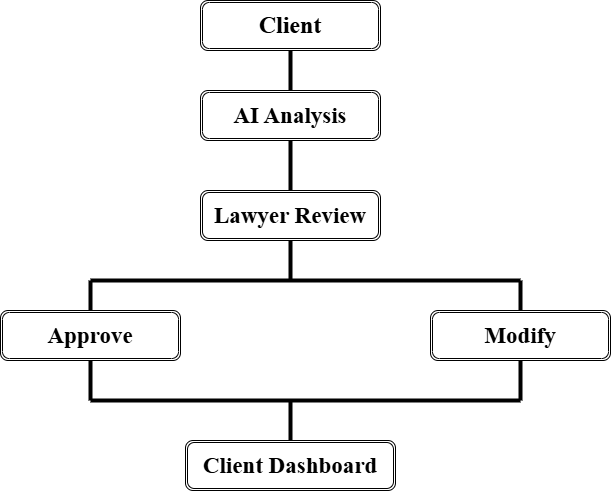
The draw.io diagram architecture/diagrams/04_HITL.png in Sumedha-t/ComplianceCopilotAI, before a commit. Source tidied: cells renumbered, new cells last; positions are measured from the earlier drawing's top-left corner, leaving out a move shared by most shapes. The source it was exported from:
```xml
<mxGraphModel background="#ffffff">
  <root>
    <mxCell id="0" />
    <mxCell id="1" parent="0" />
    <mxCell id="2" value="&lt;font face=&quot;Times New Roman&quot; style=&quot;font-size: 24px;&quot;&gt;&lt;b&gt;Client&lt;/b&gt;&lt;/font&gt;" style="shape=ext;double=1;rounded=1;whiteSpace=wrap;html=1;" parent="1" vertex="1">
      <mxGeometry x="200" width="180" height="50" as="geometry" />
    </mxCell>
    <mxCell id="3" value="&lt;font face=&quot;Times New Roman&quot; style=&quot;font-size: 23px;&quot;&gt;&lt;b&gt;AI Analysis&lt;/b&gt;&lt;/font&gt;" style="shape=ext;double=1;rounded=1;whiteSpace=wrap;html=1;" parent="1" vertex="1">
      <mxGeometry x="200" y="90" width="180" height="50" as="geometry" />
    </mxCell>
    <mxCell id="4" value="&lt;font face=&quot;Times New Roman&quot; style=&quot;font-size: 23px;&quot;&gt;&lt;b&gt;Lawyer Review&lt;/b&gt;&lt;/font&gt;" style="shape=ext;double=1;rounded=1;whiteSpace=wrap;html=1;" parent="1" vertex="1">
      <mxGeometry x="200" y="190" width="180" height="50" as="geometry" />
    </mxCell>
    <mxCell id="5" value="&lt;b&gt;&lt;font style=&quot;font-size: 23px;&quot; face=&quot;Times New Roman&quot;&gt;Approve&lt;/font&gt;&lt;/b&gt;" style="shape=ext;double=1;rounded=1;whiteSpace=wrap;html=1;" parent="1" vertex="1">
      <mxGeometry y="310" width="180" height="50" as="geometry" />
    </mxCell>
    <mxCell id="6" value="&lt;font style=&quot;font-size: 23px;&quot; face=&quot;Times New Roman&quot;&gt;&lt;b&gt;Modify&lt;/b&gt;&lt;/font&gt;" style="shape=ext;double=1;rounded=1;whiteSpace=wrap;html=1;" parent="1" vertex="1">
      <mxGeometry x="430" y="310" width="180" height="50" as="geometry" />
    </mxCell>
    <mxCell id="7" value="&lt;font face=&quot;Times New Roman&quot; style=&quot;font-size: 23px;&quot;&gt;&lt;b&gt;Client Dashboard&lt;/b&gt;&lt;/font&gt;" style="shape=ext;double=1;rounded=1;whiteSpace=wrap;html=1;" parent="1" vertex="1">
      <mxGeometry x="185" y="440" width="210" height="50" as="geometry" />
    </mxCell>
    <mxCell id="8" style="endArrow=none;html=1;strokeWidth=4;exitX=0.5;exitY=0;exitDx=0;exitDy=0;entryX=0.5;entryY=1;entryDx=0;entryDy=0;" parent="1" edge="1" source="3" target="2">
      <mxGeometry relative="1" as="geometry" />
    </mxCell>
    <mxCell id="9" style="endArrow=none;html=1;strokeWidth=4;exitX=0.5;exitY=0;exitDx=0;exitDy=0;entryX=0.5;entryY=1;entryDx=0;entryDy=0;" parent="1" edge="1" source="4" target="3">
      <mxGeometry relative="1" as="geometry" />
    </mxCell>
    <mxCell id="10" style="endArrow=none;html=1;strokeWidth=4;entryX=0.5;entryY=1;entryDx=0;entryDy=0;" parent="1" edge="1" target="4">
      <mxGeometry relative="1" as="geometry">
        <mxPoint x="290" y="280" as="sourcePoint" />
      </mxGeometry>
    </mxCell>
    <mxCell id="11" style="endArrow=none;html=1;strokeWidth=4;entryX=0.5;entryY=0;entryDx=0;entryDy=0;" parent="1" edge="1" target="5">
      <mxGeometry relative="1" as="geometry">
        <mxPoint x="90" y="280" as="sourcePoint" />
      </mxGeometry>
    </mxCell>
    <mxCell id="12" style="endArrow=none;html=1;strokeWidth=4;entryX=0.5;entryY=0;entryDx=0;entryDy=0;" parent="1" edge="1" target="6">
      <mxGeometry relative="1" as="geometry">
        <mxPoint x="520" y="280" as="sourcePoint" />
      </mxGeometry>
    </mxCell>
    <mxCell id="13" style="endArrow=none;html=1;strokeWidth=4;" parent="1" edge="1">
      <mxGeometry relative="1" as="geometry">
        <mxPoint x="520" y="280" as="sourcePoint" />
        <mxPoint x="90" y="280" as="targetPoint" />
      </mxGeometry>
    </mxCell>
    <mxCell id="14" style="endArrow=none;html=1;strokeWidth=4;" parent="1" edge="1">
      <mxGeometry relative="1" as="geometry">
        <mxPoint x="520" y="400" as="sourcePoint" />
        <mxPoint x="90" y="400" as="targetPoint" />
      </mxGeometry>
    </mxCell>
    <mxCell id="15" style="endArrow=none;html=1;strokeWidth=4;entryX=0.5;entryY=1;entryDx=0;entryDy=0;" parent="1" edge="1" target="5">
      <mxGeometry relative="1" as="geometry">
        <mxPoint x="90" y="400" as="sourcePoint" />
      </mxGeometry>
    </mxCell>
    <mxCell id="16" style="endArrow=none;html=1;strokeWidth=4;entryX=0.5;entryY=1;entryDx=0;entryDy=0;" parent="1" edge="1" target="6">
      <mxGeometry relative="1" as="geometry">
        <mxPoint x="520" y="400" as="sourcePoint" />
      </mxGeometry>
    </mxCell>
    <mxCell id="17" style="endArrow=none;html=1;strokeWidth=4;entryX=0.5;entryY=0;entryDx=0;entryDy=0;" parent="1" edge="1" target="7">
      <mxGeometry relative="1" as="geometry">
        <mxPoint x="290" y="400" as="sourcePoint" />
      </mxGeometry>
    </mxCell>
  </root>
</mxGraphModel>
```
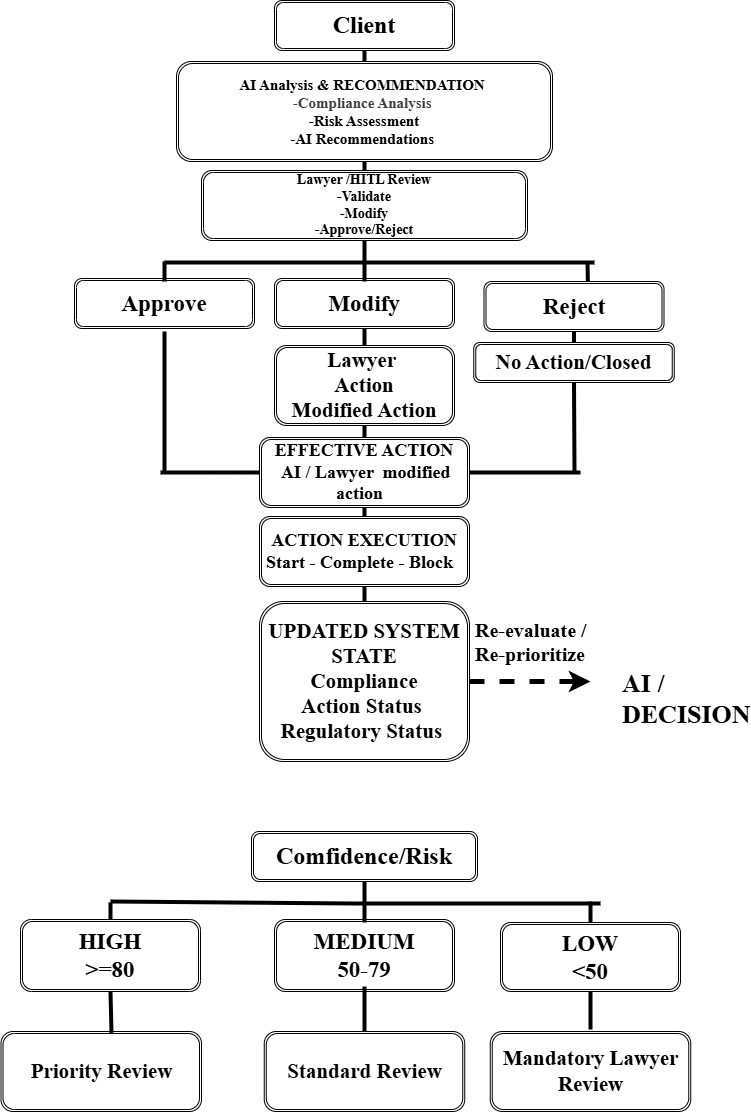
After the commit.

Commit message:
Update architecture and HITL workflows

What changed in the source:
```diff
@@ -3,70 +3,189 @@
     <mxCell id="0" />
     <mxCell id="1" parent="0" />
     <mxCell id="2" value="&lt;font face=&quot;Times New Roman&quot; style=&quot;font-size: 24px;&quot;&gt;&lt;b&gt;Client&lt;/b&gt;&lt;/font&gt;" style="shape=ext;double=1;rounded=1;whiteSpace=wrap;html=1;" parent="1" vertex="1">
-      <mxGeometry x="200" width="180" height="50" as="geometry" />
+      <mxGeometry x="174" y="-21" width="180" height="50" as="geometry" />
     </mxCell>
-    <mxCell id="3" value="&lt;font face=&quot;Times New Roman&quot; style=&quot;font-size: 23px;&quot;&gt;&lt;b&gt;AI Analysis&lt;/b&gt;&lt;/font&gt;" style="shape=ext;double=1;rounded=1;whiteSpace=wrap;html=1;" parent="1" vertex="1">
-      <mxGeometry x="200" y="90" width="180" height="50" as="geometry" />
+    <mxCell id="3" value="&lt;font style=&quot;font-size: 15px;&quot; face=&quot;Times New Roman&quot;&gt;&lt;b style=&quot;&quot;&gt;&lt;font style=&quot;&quot;&gt;AI Analysis&lt;/font&gt; &amp;amp; RECOMMENDATION&amp;nbsp;&lt;br&gt;&lt;/b&gt;&lt;/font&gt;&lt;b style=&quot;color: rgb(63, 63, 63); font-size: 15px; font-family: &amp;quot;Times New Roman&amp;quot;; background-color: transparent;&quot;&gt;-Compliance Analysis&amp;nbsp;&lt;/b&gt;&lt;font style=&quot;font-size: 15px;&quot; face=&quot;Times New Roman&quot;&gt;&lt;b style=&quot;&quot;&gt;&lt;br&gt;&amp;nbsp;-Risk Assessment&amp;nbsp;&lt;/b&gt;&lt;/font&gt;&lt;div&gt;&lt;font style=&quot;font-size: 15px;&quot; face=&quot;Times New Roman&quot;&gt;&lt;b style=&quot;&quot;&gt;-AI Recommendations&lt;font style=&quot;&quot;&gt;&amp;nbsp;&lt;/font&gt;&lt;/b&gt;&lt;/font&gt;&lt;/div&gt;" style="shape=ext;double=1;rounded=1;whiteSpace=wrap;html=1;" parent="1" vertex="1">
+      <mxGeometry x="76" y="40" width="376" height="100" as="geometry" />
     </mxCell>
-    <mxCell id="4" value="&lt;font face=&quot;Times New Roman&quot; style=&quot;font-size: 23px;&quot;&gt;&lt;b&gt;Lawyer Review&lt;/b&gt;&lt;/font&gt;" style="shape=ext;double=1;rounded=1;whiteSpace=wrap;html=1;" parent="1" vertex="1">
-      <mxGeometry x="200" y="190" width="180" height="50" as="geometry" />
+    <mxCell id="4" value="&lt;font face=&quot;Times New Roman&quot; style=&quot;font-size: 14px;&quot;&gt;&lt;b style=&quot;&quot;&gt;Lawyer /HITL Review&lt;br&gt;-Validate&lt;/b&gt;&lt;/font&gt;&lt;div&gt;&lt;font face=&quot;Times New Roman&quot; style=&quot;font-size: 14px;&quot;&gt;&lt;b style=&quot;&quot;&gt;-Modify&lt;/b&gt;&lt;/font&gt;&lt;/div&gt;&lt;div&gt;&lt;font face=&quot;Times New Roman&quot; style=&quot;font-size: 14px;&quot;&gt;&lt;b style=&quot;&quot;&gt;-Approve/Reject&lt;/b&gt;&lt;/font&gt;&lt;/div&gt;" style="shape=ext;double=1;rounded=1;whiteSpace=wrap;html=1;" parent="1" vertex="1">
+      <mxGeometry x="101" y="149" width="326" height="70" as="geometry" />
     </mxCell>
     <mxCell id="5" value="&lt;b&gt;&lt;font style=&quot;font-size: 23px;&quot; face=&quot;Times New Roman&quot;&gt;Approve&lt;/font&gt;&lt;/b&gt;" style="shape=ext;double=1;rounded=1;whiteSpace=wrap;html=1;" parent="1" vertex="1">
-      <mxGeometry y="310" width="180" height="50" as="geometry" />
+      <mxGeometry x="-26" y="257" width="180" height="50" as="geometry" />
     </mxCell>
     <mxCell id="6" value="&lt;font style=&quot;font-size: 23px;&quot; face=&quot;Times New Roman&quot;&gt;&lt;b&gt;Modify&lt;/b&gt;&lt;/font&gt;" style="shape=ext;double=1;rounded=1;whiteSpace=wrap;html=1;" parent="1" vertex="1">
-      <mxGeometry x="430" y="310" width="180" height="50" as="geometry" />
+      <mxGeometry x="174" y="257" width="180" height="50" as="geometry" />
     </mxCell>
-    <mxCell id="7" value="&lt;font face=&quot;Times New Roman&quot; style=&quot;font-size: 23px;&quot;&gt;&lt;b&gt;Client Dashboard&lt;/b&gt;&lt;/font&gt;" style="shape=ext;double=1;rounded=1;whiteSpace=wrap;html=1;" parent="1" vertex="1">
-      <mxGeometry x="185" y="440" width="210" height="50" as="geometry" />
-    </mxCell>
     <mxCell id="8" style="endArrow=none;html=1;strokeWidth=4;exitX=0.5;exitY=0;exitDx=0;exitDy=0;entryX=0.5;entryY=1;entryDx=0;entryDy=0;" parent="1" edge="1" source="3" target="2">
       <mxGeometry relative="1" as="geometry" />
     </mxCell>
     <mxCell id="9" style="endArrow=none;html=1;strokeWidth=4;exitX=0.5;exitY=0;exitDx=0;exitDy=0;entryX=0.5;entryY=1;entryDx=0;entryDy=0;" parent="1" edge="1" source="4" target="3">
       <mxGeometry relative="1" as="geometry" />
     </mxCell>
-    <mxCell id="10" style="endArrow=none;html=1;strokeWidth=4;entryX=0.5;entryY=1;entryDx=0;entryDy=0;" parent="1" edge="1" target="4">
-      <mxGeometry relative="1" as="geometry">
-        <mxPoint x="290" y="280" as="sourcePoint" />
-      </mxGeometry>
-    </mxCell>
-    <mxCell id="11" style="endArrow=none;html=1;strokeWidth=4;entryX=0.5;entryY=0;entryDx=0;entryDy=0;" parent="1" edge="1" target="5">
+    <mxCell id="11" style="endArrow=none;html=1;strokeWidth=4;entryX=0.5;entryY=0;entryDx=0;entryDy=0;" parent="1" edge="1">
       <mxGeometry relative="1" as="geometry">
-        <mxPoint x="90" y="280" as="sourcePoint" />
+        <mxPoint x="64" y="240" as="sourcePoint" />
+        <mxPoint x="64" y="260" as="targetPoint" />
       </mxGeometry>
     </mxCell>
     <mxCell id="12" style="endArrow=none;html=1;strokeWidth=4;entryX=0.5;entryY=0;entryDx=0;entryDy=0;" parent="1" edge="1" target="6">
       <mxGeometry relative="1" as="geometry">
-        <mxPoint x="520" y="280" as="sourcePoint" />
+        <mxPoint x="264" y="260" as="sourcePoint" />
       </mxGeometry>
     </mxCell>
     <mxCell id="13" style="endArrow=none;html=1;strokeWidth=4;" parent="1" edge="1">
       <mxGeometry relative="1" as="geometry">
-        <mxPoint x="520" y="280" as="sourcePoint" />
-        <mxPoint x="90" y="280" as="targetPoint" />
+        <mxPoint x="494" y="241" as="sourcePoint" />
+        <mxPoint x="64" y="241" as="targetPoint" />
+        <Array as="points">
+          <mxPoint x="264" y="241" />
+        </Array>
       </mxGeometry>
     </mxCell>
-    <mxCell id="14" style="endArrow=none;html=1;strokeWidth=4;" parent="1" edge="1">
+    <mxCell id="14" style="endArrow=none;html=1;strokeWidth=4;exitX=0;exitY=0.5;exitDx=0;exitDy=0;" parent="1" edge="1" source="7">
       <mxGeometry relative="1" as="geometry">
-        <mxPoint x="520" y="400" as="sourcePoint" />
-        <mxPoint x="90" y="400" as="targetPoint" />
+        <mxPoint x="60" y="451" as="targetPoint" />
       </mxGeometry>
     </mxCell>
-    <mxCell id="15" style="endArrow=none;html=1;strokeWidth=4;entryX=0.5;entryY=1;entryDx=0;entryDy=0;" parent="1" edge="1" target="5">
-      <mxGeometry relative="1" as="geometry">
-        <mxPoint x="90" y="400" as="sourcePoint" />
-      </mxGeometry>
-    </mxCell>
-    <mxCell id="16" style="endArrow=none;html=1;strokeWidth=4;entryX=0.5;entryY=1;entryDx=0;entryDy=0;" parent="1" edge="1" target="6">
-      <mxGeometry relative="1" as="geometry">
-        <mxPoint x="520" y="400" as="sourcePoint" />
-      </mxGeometry>
-    </mxCell>
     <mxCell id="17" style="endArrow=none;html=1;strokeWidth=4;entryX=0.5;entryY=0;entryDx=0;entryDy=0;" parent="1" edge="1" target="7">
       <mxGeometry relative="1" as="geometry">
-        <mxPoint x="290" y="400" as="sourcePoint" />
+        <mxPoint x="264" y="400" as="sourcePoint" />
       </mxGeometry>
     </mxCell>
+    <mxCell id="18" value="&lt;font style=&quot;font-size: 23px;&quot; face=&quot;Times New Roman&quot;&gt;&lt;b&gt;Reject&lt;/b&gt;&lt;/font&gt;" style="shape=ext;double=1;rounded=1;whiteSpace=wrap;html=1;" parent="1" vertex="1">
+      <mxGeometry x="383.5" y="260" width="180" height="50" as="geometry" />
+    </mxCell>
+    <mxCell id="19" style="endArrow=none;html=1;strokeWidth=4;exitX=0.577;exitY=0.005;exitDx=0;exitDy=0;exitPerimeter=0;" parent="1" edge="1" source="18">
+      <mxGeometry relative="1" as="geometry">
+        <mxPoint x="487" y="241" as="targetPoint" />
+      </mxGeometry>
+    </mxCell>
+    <mxCell id="20" value="&lt;font style=&quot;font-size: 21px;&quot; face=&quot;Times New Roman&quot;&gt;&lt;b style=&quot;&quot;&gt;Lawyer&amp;nbsp;&lt;/b&gt;&lt;/font&gt;&lt;div&gt;&lt;font style=&quot;font-size: 21px;&quot; face=&quot;Times New Roman&quot;&gt;&lt;b style=&quot;&quot;&gt;Action&lt;br&gt;Modified Action&lt;/b&gt;&lt;/font&gt;&lt;/div&gt;" style="shape=ext;double=1;rounded=1;whiteSpace=wrap;html=1;" parent="1" vertex="1">
+      <mxGeometry x="174" y="324" width="180" height="80" as="geometry" />
+    </mxCell>
+    <mxCell id="21" style="endArrow=none;html=1;strokeWidth=4;entryX=0.5;entryY=0;entryDx=0;entryDy=0;exitX=0.5;exitY=1;exitDx=0;exitDy=0;" parent="1" edge="1" source="6" target="20">
+      <mxGeometry relative="1" as="geometry" />
+    </mxCell>
+    <mxCell id="22" style="endArrow=none;html=1;strokeWidth=4;exitX=0.5;exitY=1;exitDx=0;exitDy=0;" parent="1" edge="1" source="4">
+      <mxGeometry relative="1" as="geometry">
+        <mxPoint x="264" y="260" as="targetPoint" />
+      </mxGeometry>
+    </mxCell>
+    <mxCell id="23" value="&lt;font face=&quot;Times New Roman&quot;&gt;&lt;span style=&quot;font-size: 21px;&quot;&gt;&lt;b&gt;No Action/Closed&lt;/b&gt;&lt;/span&gt;&lt;/font&gt;" style="shape=ext;double=1;rounded=1;whiteSpace=wrap;html=1;" parent="1" vertex="1">
+      <mxGeometry x="373.2" y="321" width="200.5" height="40" as="geometry" />
+    </mxCell>
+    <mxCell id="24" style="endArrow=none;html=1;strokeWidth=4;exitX=0.5;exitY=0;exitDx=0;exitDy=0;entryX=0.5;entryY=1;entryDx=0;entryDy=0;" parent="1" edge="1" source="23" target="18">
+      <mxGeometry relative="1" as="geometry" />
+    </mxCell>
+    <mxCell id="25" style="endArrow=none;html=1;strokeWidth=4;exitX=0.5;exitY=1;exitDx=0;exitDy=0;" parent="1" edge="1">
+      <mxGeometry relative="1" as="geometry">
+        <mxPoint x="64" y="310" as="sourcePoint" />
+        <mxPoint x="64" y="450" as="targetPoint" />
+      </mxGeometry>
+    </mxCell>
+    <mxCell id="26" style="endArrow=none;html=1;strokeWidth=4;exitX=0.5;exitY=1;exitDx=0;exitDy=0;" parent="1" edge="1" source="23">
+      <mxGeometry relative="1" as="geometry">
+        <mxPoint x="474" y="450" as="targetPoint" />
+      </mxGeometry>
+    </mxCell>
+    <mxCell id="27" style="endArrow=none;html=1;strokeWidth=4;" parent="1" edge="1" target="7">
+      <mxGeometry relative="1" as="geometry">
+        <mxPoint x="480" y="451" as="sourcePoint" />
+      </mxGeometry>
+    </mxCell>
+    <mxCell id="7" value="&lt;b&gt;&lt;font style=&quot;font-size: 18px;&quot; face=&quot;Times New Roman&quot;&gt;&amp;nbsp;EFFECTIVE ACTION&amp;nbsp;&lt;br&gt;&amp;nbsp;AI / Lawyer&amp;nbsp; modified action&amp;nbsp;&amp;nbsp;&lt;/font&gt;&lt;/b&gt;" style="shape=ext;double=1;rounded=1;whiteSpace=wrap;html=1;" parent="1" vertex="1">
+      <mxGeometry x="159" y="416" width="210" height="70" as="geometry" />
+    </mxCell>
+    <mxCell id="28" value="&lt;b&gt;&lt;font style=&quot;font-size: 18px;&quot; face=&quot;Times New Roman&quot;&gt;ACTION EXECUTION &lt;br&gt;Start - Complete -&amp;nbsp;Block&amp;nbsp;&amp;nbsp;&lt;/font&gt;&lt;/b&gt;" style="shape=ext;double=1;rounded=1;whiteSpace=wrap;html=1;" parent="1" vertex="1">
+      <mxGeometry x="159" y="495" width="210" height="70" as="geometry" />
+    </mxCell>
+    <mxCell id="29" style="endArrow=none;html=1;strokeWidth=4;exitX=0.5;exitY=1;exitDx=0;exitDy=0;entryX=0.5;entryY=0;entryDx=0;entryDy=0;" parent="1" edge="1" source="7" target="28">
+      <mxGeometry relative="1" as="geometry" />
+    </mxCell>
+    <mxCell id="30" value="&lt;b&gt;&lt;font style=&quot;font-size: 21px;&quot; face=&quot;Times New Roman&quot;&gt;UPDATED SYSTEM &amp;nbsp;STATE&amp;nbsp;&lt;br&gt;&amp;nbsp;Compliance&amp;nbsp;&lt;br&gt;Action Status&amp;nbsp;&lt;br&gt;&amp;nbsp;Regulatory Status&amp;nbsp;&amp;nbsp;&lt;/font&gt;&lt;/b&gt;" style="shape=ext;double=1;rounded=1;whiteSpace=wrap;html=1;" parent="1" vertex="1">
+      <mxGeometry x="159" y="580" width="210" height="160" as="geometry" />
+    </mxCell>
+    <mxCell id="31" style="endArrow=none;html=1;strokeWidth=4;exitX=0.5;exitY=1;exitDx=0;exitDy=0;entryX=0.5;entryY=0;entryDx=0;entryDy=0;" parent="1" edge="1" source="28" target="30">
+      <mxGeometry relative="1" as="geometry" />
+    </mxCell>
+    <mxCell id="32" value="AI / DECISION" style="text;whiteSpace=wrap;html=1;fontStyle=1;fontFamily=Times New Roman;fontSize=26;" parent="1" vertex="1">
+      <mxGeometry x="520" y="640" width="110" height="40" as="geometry" />
+    </mxCell>
+    <mxCell id="33" value="Re-evaluate /&lt;br&gt;Re-prioritize" style="text;whiteSpace=wrap;html=1;fontStyle=1;fontFamily=Times New Roman;fontSize=20;" parent="1" vertex="1">
+      <mxGeometry x="373.2" y="590" width="260" height="40" as="geometry" />
+    </mxCell>
+    <mxCell id="34" style="html=1;labelBackgroundColor=#ffffff;startArrow=none;startFill=0;startSize=6;endArrow=classic;endFill=1;endSize=6;jettySize=auto;strokeWidth=5;dashed=1;fontSize=14;exitX=1;exitY=0.5;exitDx=0;exitDy=0;" parent="1" edge="1" source="30">
+      <mxGeometry relative="1" as="geometry">
+        <mxPoint x="490" y="660" as="targetPoint" />
+      </mxGeometry>
+    </mxCell>
+    <mxCell id="35" value="&lt;font face=&quot;Times New Roman&quot; style=&quot;font-size: 24px;&quot;&gt;&lt;b&gt;Comfidence/Risk&lt;/b&gt;&lt;/font&gt;" style="shape=ext;double=1;rounded=1;whiteSpace=wrap;html=1;" parent="1" vertex="1">
+      <mxGeometry x="151" y="810" width="226" height="50" as="geometry" />
+    </mxCell>
+    <mxCell id="36" value="&lt;font face=&quot;Times New Roman&quot;&gt;&lt;span style=&quot;font-size: 23px;&quot;&gt;&lt;b&gt;HIGH&lt;br&gt;&amp;gt;=80&lt;/b&gt;&lt;/span&gt;&lt;/font&gt;" style="shape=ext;double=1;rounded=1;whiteSpace=wrap;html=1;" parent="1" vertex="1">
+      <mxGeometry x="-80" y="898" width="180" height="72" as="geometry" />
+    </mxCell>
+    <mxCell id="37" value="&lt;font style=&quot;font-size: 23px;&quot; face=&quot;Times New Roman&quot;&gt;&lt;b&gt;MEDIUM&lt;br&gt;50-79&lt;/b&gt;&lt;/font&gt;" style="shape=ext;double=1;rounded=1;whiteSpace=wrap;html=1;" parent="1" vertex="1">
+      <mxGeometry x="174" y="898" width="180" height="72" as="geometry" />
+    </mxCell>
+    <mxCell id="38" style="endArrow=none;html=1;strokeWidth=4;entryX=0.5;entryY=0;entryDx=0;entryDy=0;" parent="1" edge="1" target="36">
+      <mxGeometry relative="1" as="geometry">
+        <mxPoint x="10" y="881" as="sourcePoint" />
+      </mxGeometry>
+    </mxCell>
+    <mxCell id="39" style="endArrow=none;html=1;strokeWidth=4;entryX=0.5;entryY=0;entryDx=0;entryDy=0;" parent="1" edge="1" target="37">
+      <mxGeometry relative="1" as="geometry">
+        <mxPoint x="264" y="901" as="sourcePoint" />
+      </mxGeometry>
+    </mxCell>
+    <mxCell id="40" style="endArrow=none;html=1;strokeWidth=4;" parent="1" edge="1">
+      <mxGeometry relative="1" as="geometry">
+        <mxPoint x="500" y="882" as="sourcePoint" />
+        <mxPoint x="10" y="880" as="targetPoint" />
+        <Array as="points">
+          <mxPoint x="264" y="882" />
+        </Array>
+      </mxGeometry>
+    </mxCell>
+    <mxCell id="41" value="&lt;font style=&quot;font-size: 23px;&quot; face=&quot;Times New Roman&quot;&gt;&lt;b&gt;LOW&lt;br&gt;&amp;lt;50&lt;/b&gt;&lt;/font&gt;" style="shape=ext;double=1;rounded=1;whiteSpace=wrap;html=1;" parent="1" vertex="1">
+      <mxGeometry x="400" y="901" width="180" height="69" as="geometry" />
+    </mxCell>
+    <mxCell id="42" style="endArrow=none;html=1;strokeWidth=4;exitX=0.5;exitY=0;exitDx=0;exitDy=0;" parent="1" edge="1" source="41">
+      <mxGeometry relative="1" as="geometry">
+        <mxPoint x="490" y="880" as="targetPoint" />
+      </mxGeometry>
+    </mxCell>
+    <mxCell id="43" style="endArrow=none;html=1;strokeWidth=4;entryX=0.5;entryY=0;entryDx=0;entryDy=0;exitX=0.5;exitY=1;exitDx=0;exitDy=0;" parent="1" edge="1" source="37">
+      <mxGeometry relative="1" as="geometry">
+        <mxPoint x="264" y="965" as="targetPoint" />
+      </mxGeometry>
+    </mxCell>
+    <mxCell id="44" style="endArrow=none;html=1;strokeWidth=4;exitX=0.5;exitY=1;exitDx=0;exitDy=0;" parent="1" edge="1">
+      <mxGeometry relative="1" as="geometry">
+        <mxPoint x="264" y="860" as="sourcePoint" />
+        <mxPoint x="264" y="901" as="targetPoint" />
+      </mxGeometry>
+    </mxCell>
+    <mxCell id="45" value="&lt;font face=&quot;Times New Roman&quot;&gt;&lt;span style=&quot;font-size: 21px;&quot;&gt;&lt;b&gt;Mandatory Lawyer Review&lt;/b&gt;&lt;/span&gt;&lt;/font&gt;" style="shape=ext;double=1;rounded=1;whiteSpace=wrap;html=1;" parent="1" vertex="1">
+      <mxGeometry x="389.8" y="1010" width="200.5" height="80" as="geometry" />
+    </mxCell>
+    <mxCell id="46" style="endArrow=none;html=1;strokeWidth=4;entryX=0.5;entryY=1;entryDx=0;entryDy=0;" parent="1" edge="1" target="41">
+      <mxGeometry relative="1" as="geometry">
+        <mxPoint x="490" y="1008" as="sourcePoint" />
+      </mxGeometry>
+    </mxCell>
+    <mxCell id="47" value="&lt;font face=&quot;Times New Roman&quot;&gt;&lt;span style=&quot;font-size: 21px;&quot;&gt;&lt;b&gt;Standard Review&lt;/b&gt;&lt;/span&gt;&lt;/font&gt;" style="shape=ext;double=1;rounded=1;whiteSpace=wrap;html=1;" parent="1" vertex="1">
+      <mxGeometry x="163.8" y="1010" width="200.5" height="80" as="geometry" />
+    </mxCell>
+    <mxCell id="48" value="&lt;font face=&quot;Times New Roman&quot;&gt;&lt;span style=&quot;font-size: 21px;&quot;&gt;&lt;b&gt;Priority Review&lt;/b&gt;&lt;/span&gt;&lt;/font&gt;" style="shape=ext;double=1;rounded=1;whiteSpace=wrap;html=1;" parent="1" vertex="1">
+      <mxGeometry x="-99.5" y="1010" width="200.5" height="80" as="geometry" />
+    </mxCell>
+    <mxCell id="49" style="endArrow=none;html=1;strokeWidth=4;entryX=0.551;entryY=0.017;entryDx=0;entryDy=0;entryPerimeter=0;exitX=0.5;exitY=1;exitDx=0;exitDy=0;" parent="1" edge="1" source="36" target="48">
+      <mxGeometry relative="1" as="geometry" />
+    </mxCell>
+    <mxCell id="50" style="endArrow=none;html=1;strokeWidth=4;entryX=0.5;entryY=0;entryDx=0;entryDy=0;exitX=0.5;exitY=1;exitDx=0;exitDy=0;" parent="1" edge="1" source="37" target="47">
+      <mxGeometry relative="1" as="geometry" />
+    </mxCell>
   </root>
 </mxGraphModel>
```
